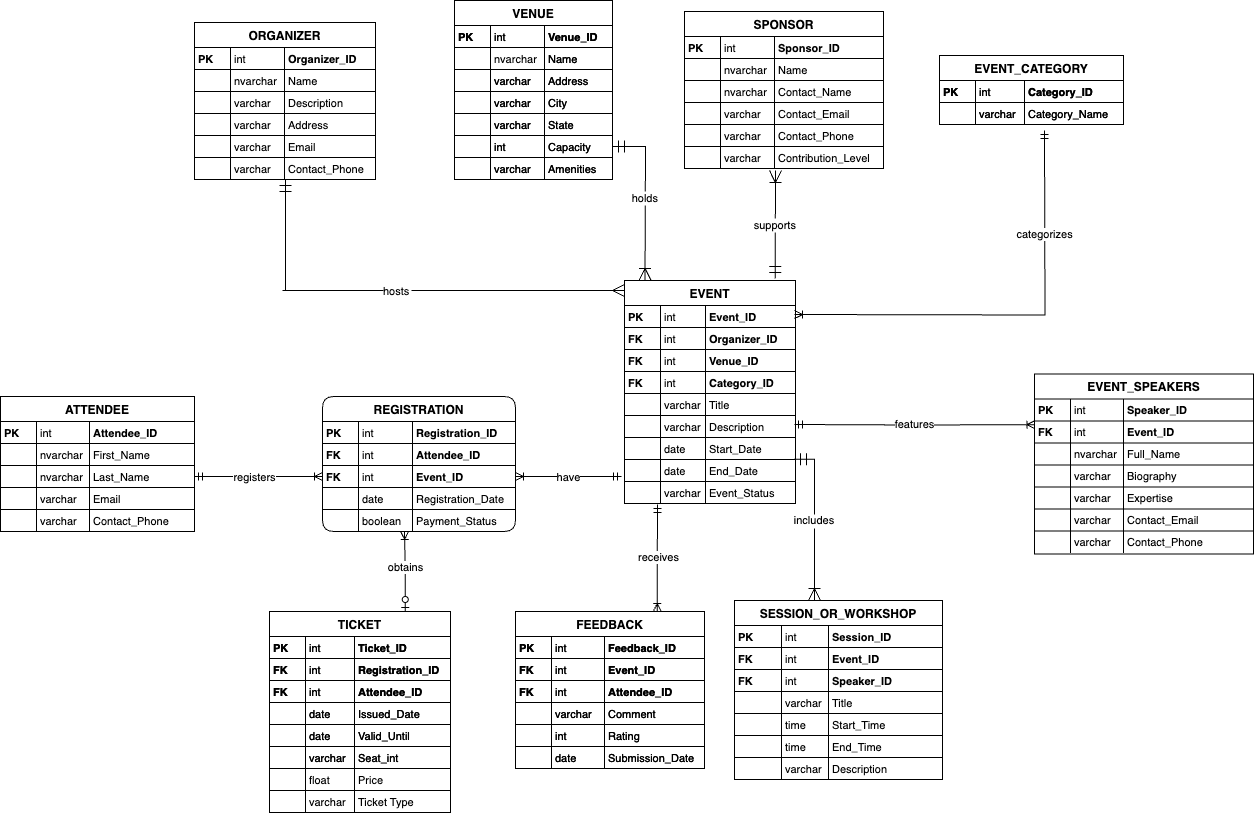
Earlier version of the draw.io export final.drawio.png (SharanKumarPrabhakaran/Event-Management-Database-Management). Source tidied: cells renumbered, new cells last; positions are measured from the earlier drawing's top-left corner, leaving out a move shared by most shapes.
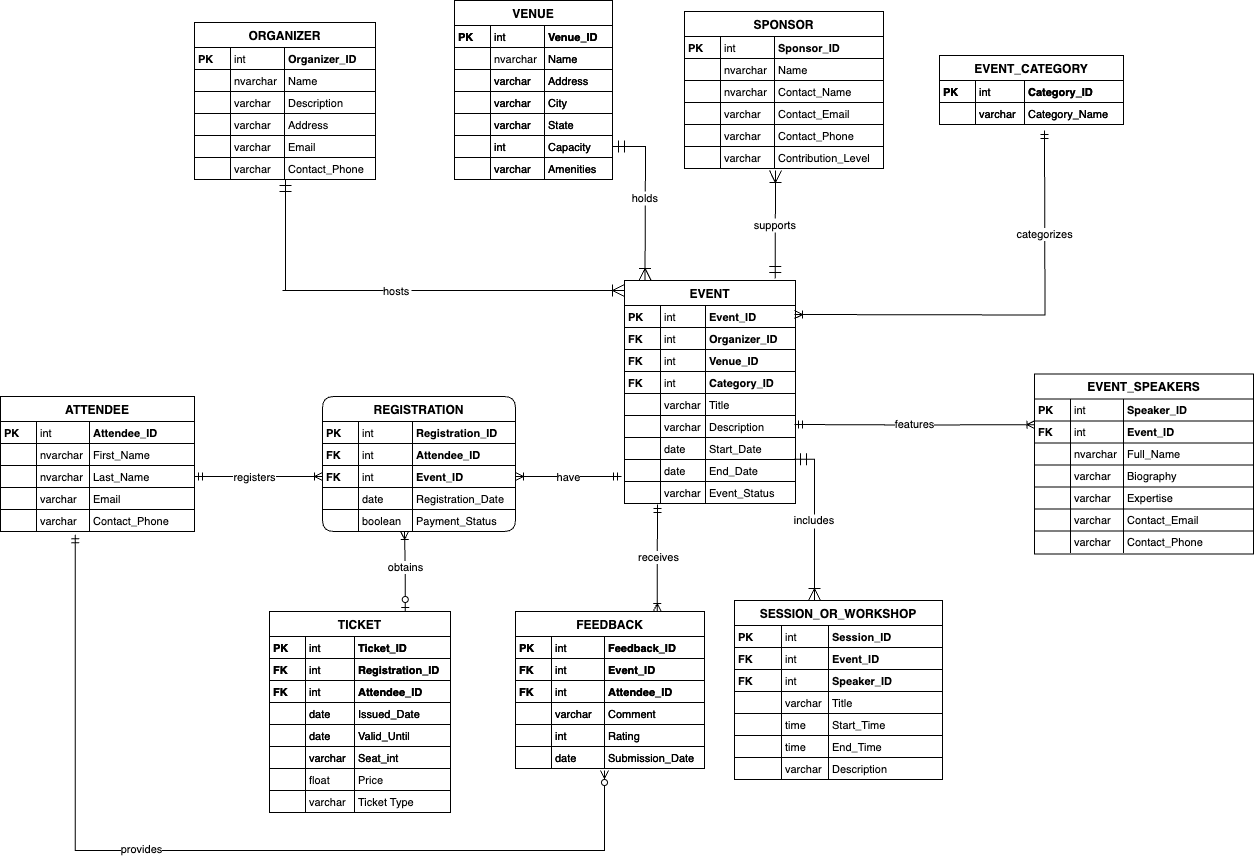
Later version of the same file.

The edit, as a diff of the source:
```diff
@@ -266,7 +266,7 @@
     <mxCell id="89" value="Category_Name" style="shape=partialRectangle;fillColor=none;top=0;left=0;bottom=0;right=0;align=left;spacingLeft=2;overflow=hidden;fontSize=11;" parent="86" vertex="1">
       <mxGeometry x="85" width="99" height="22" as="geometry" />
     </mxCell>
-    <mxCell id="90" value="hosts" style="startArrow=ERmandOne;startSize=10;endArrow=ERmany;endSize=10;exitX=0.5024245689655172;exitY=1;rounded=0;edgeStyle=orthogonalEdgeStyle;" parent="1" edge="1">
+    <mxCell id="90" value="hosts" style="startArrow=ERmandOne;startSize=10;endArrow=ERoneToMany;endSize=10;exitX=0.5024245689655172;exitY=1;rounded=0;edgeStyle=orthogonalEdgeStyle;endFill=0;" parent="1" edge="1">
       <mxGeometry relative="1" as="geometry">
         <mxPoint x="284.9" y="179" as="sourcePoint" />
         <mxPoint x="624" y="290" as="targetPoint" />
@@ -609,6 +609,17 @@
     <mxCell id="198" value="provides" style="edgeLabel;html=1;align=center;verticalAlign=middle;" parent="197" vertex="1">
       <mxGeometry x="-0.81" relative="1" as="geometry" />
     </mxCell>
+    <mxCell id="392" style="edgeStyle=elbowEdgeStyle;rounded=0;jettySize=auto;html=1;elbow=vertical;entryX=0.385;entryY=1.153;entryDx=0;entryDy=0;entryPerimeter=0;endArrow=ERmandOne;endFill=0;startArrow=ERzeroToMany;startFill=0;" parent="1" edge="1" target="139">
+      <mxGeometry relative="1" as="geometry">
+        <mxPoint x="604" y="770" as="sourcePoint" />
+        <Array as="points">
+          <mxPoint x="334" y="850" />
+        </Array>
+      </mxGeometry>
+    </mxCell>
+    <mxCell id="393" value="provides" style="edgeLabel;html=1;align=center;verticalAlign=middle;" parent="392" vertex="1">
+      <mxGeometry x="0.18" y="-2" relative="1" as="geometry" />
+    </mxCell>
     <mxCell id="199" value="FEEDBACK" style="shape=table;startSize=25;rowLines=1;fontStyle=1;align=center;" parent="1" vertex="1">
       <mxGeometry x="515" y="611" width="189" height="157" as="geometry" />
     </mxCell>
```
